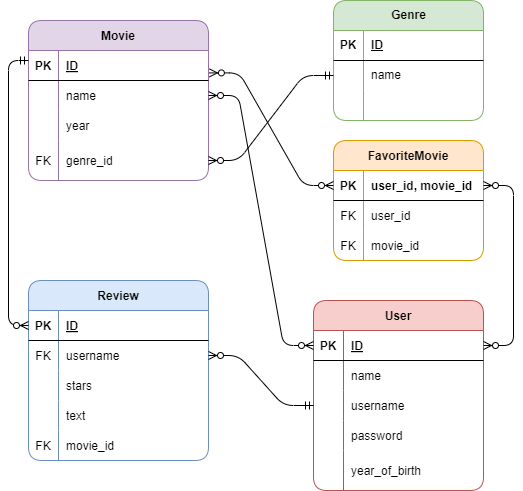
Before: database_design/Database_ER.drawio.png, a diagram exported from draw.io (hamalainenhanna/Movie_service). Source tidied: cells renumbered, new cells last; positions are measured from the earlier drawing's top-left corner, leaving out a move shared by most shapes.
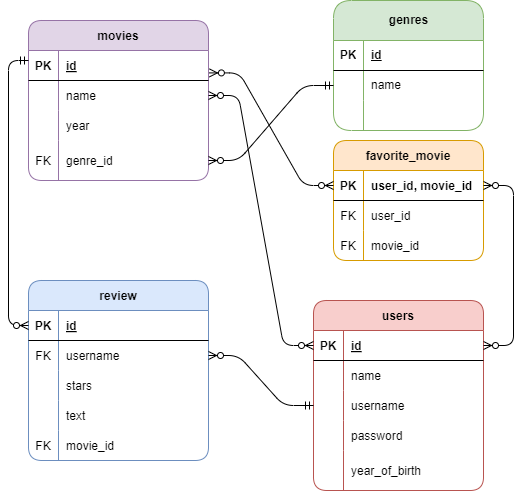
Above is the later version.

Commit message:
ERD muokattu kirjoitusasuja yhdenmukaisiksi

The edit, as a diff of the source:
```diff
@@ -2,7 +2,7 @@
   <root>
     <mxCell id="0" />
     <mxCell id="1" parent="0" />
-    <mxCell id="2" value="User" style="shape=table;startSize=30;rowLines=0;fontStyle=1;align=center;fillColor=#f8cecc;strokeColor=#b85450;rounded=1;" parent="1" vertex="1">
+    <mxCell id="2" value="users" style="shape=table;startSize=30;rowLines=0;fontStyle=1;align=center;fillColor=#f8cecc;strokeColor=#b85450;rounded=1;" parent="1" vertex="1">
       <mxGeometry x="305" y="305" width="170" height="190" as="geometry" />
     </mxCell>
     <mxCell id="3" style="shape=partialRectangle;fillColor=none;points=[[0,0.5],[1,0.5]];portConstraint=eastwest;top=0;left=0;right=0;bottom=1;rounded=1;" parent="2" vertex="1">
@@ -11,7 +11,7 @@
     <mxCell id="4" value="PK" style="shape=partialRectangle;overflow=hidden;fillColor=none;top=0;left=0;bottom=0;right=0;fontStyle=1;rounded=1;" parent="3" vertex="1">
       <mxGeometry width="30" height="30" as="geometry" />
     </mxCell>
-    <mxCell id="5" value="ID" style="shape=partialRectangle;overflow=hidden;fillColor=none;top=0;left=0;bottom=0;right=0;align=left;spacingLeft=6;fontStyle=5;rounded=1;" parent="3" vertex="1">
+    <mxCell id="5" value="id" style="shape=partialRectangle;overflow=hidden;fillColor=none;top=0;left=0;bottom=0;right=0;align=left;spacingLeft=6;fontStyle=5;rounded=1;" parent="3" vertex="1">
       <mxGeometry x="30" width="140" height="30" as="geometry" />
     </mxCell>
     <mxCell id="6" style="shape=partialRectangle;fillColor=none;top=0;left=0;right=0;bottom=0;rounded=1;" parent="2" vertex="1">
@@ -50,7 +50,7 @@
     <mxCell id="17" value="year_of_birth" style="shape=partialRectangle;overflow=hidden;fillColor=none;top=0;left=0;bottom=0;right=0;align=left;spacingLeft=6;rounded=1;" parent="15" vertex="1">
       <mxGeometry x="30" width="140" height="40" as="geometry" />
     </mxCell>
-    <mxCell id="18" value="Movie" style="shape=table;startSize=30;rowLines=0;fontStyle=1;align=center;fillColor=#e1d5e7;strokeColor=#9673a6;rounded=1;" parent="1" vertex="1">
+    <mxCell id="18" value="movies" style="shape=table;startSize=30;rowLines=0;fontStyle=1;align=center;fillColor=#e1d5e7;strokeColor=#9673a6;rounded=1;" parent="1" vertex="1">
       <mxGeometry x="20" y="25" width="180" height="160" as="geometry" />
     </mxCell>
     <mxCell id="19" style="shape=partialRectangle;fillColor=none;points=[[0,0.5],[1,0.5]];portConstraint=eastwest;top=0;left=0;right=0;bottom=1;rounded=1;" parent="18" vertex="1">
@@ -59,7 +59,7 @@
     <mxCell id="20" value="PK" style="shape=partialRectangle;overflow=hidden;fillColor=none;top=0;left=0;bottom=0;right=0;fontStyle=1;rounded=1;" parent="19" vertex="1">
       <mxGeometry width="30" height="30" as="geometry" />
     </mxCell>
-    <mxCell id="21" value="ID" style="shape=partialRectangle;overflow=hidden;fillColor=none;top=0;left=0;bottom=0;right=0;align=left;spacingLeft=6;fontStyle=5;rounded=1;" parent="19" vertex="1">
+    <mxCell id="21" value="id" style="shape=partialRectangle;overflow=hidden;fillColor=none;top=0;left=0;bottom=0;right=0;align=left;spacingLeft=6;fontStyle=5;rounded=1;" parent="19" vertex="1">
       <mxGeometry x="30" width="150" height="30" as="geometry" />
     </mxCell>
     <mxCell id="22" style="shape=partialRectangle;fillColor=none;points=[[0,0.5],[1,0.5]];portConstraint=eastwest;top=0;left=0;right=0;bottom=0;rounded=1;" parent="18" vertex="1">
@@ -89,7 +89,7 @@
     <mxCell id="30" value="genre_id" style="shape=partialRectangle;overflow=hidden;fillColor=none;top=0;left=0;bottom=0;right=0;align=left;spacingLeft=6;rounded=1;" parent="28" vertex="1">
       <mxGeometry x="30" width="150" height="40" as="geometry" />
     </mxCell>
-    <mxCell id="31" value="Review" style="shape=table;startSize=30;rowLines=0;fontStyle=1;align=center;fillColor=#dae8fc;strokeColor=#6c8ebf;rounded=1;" parent="1" vertex="1">
+    <mxCell id="31" value="review" style="shape=table;startSize=30;rowLines=0;fontStyle=1;align=center;fillColor=#dae8fc;strokeColor=#6c8ebf;rounded=1;" parent="1" vertex="1">
       <mxGeometry x="20" y="285" width="180" height="180" as="geometry" />
     </mxCell>
     <mxCell id="32" style="shape=partialRectangle;fillColor=none;points=[[0,0.5],[1,0.5]];portConstraint=eastwest;top=0;left=0;right=0;bottom=1;rounded=1;" parent="31" vertex="1">
@@ -98,7 +98,7 @@
     <mxCell id="33" value="PK" style="shape=partialRectangle;overflow=hidden;fillColor=none;top=0;left=0;bottom=0;right=0;fontStyle=1;rounded=1;" parent="32" vertex="1">
       <mxGeometry width="30" height="30" as="geometry" />
     </mxCell>
-    <mxCell id="34" value="ID" style="shape=partialRectangle;overflow=hidden;fillColor=none;top=0;left=0;bottom=0;right=0;align=left;spacingLeft=6;fontStyle=5;rounded=1;" parent="32" vertex="1">
+    <mxCell id="34" value="id" style="shape=partialRectangle;overflow=hidden;fillColor=none;top=0;left=0;bottom=0;right=0;align=left;spacingLeft=6;fontStyle=5;rounded=1;" parent="32" vertex="1">
       <mxGeometry x="30" width="150" height="30" as="geometry" />
     </mxCell>
     <mxCell id="35" style="shape=partialRectangle;fillColor=none;points=[[0,0.5],[1,0.5]];portConstraint=eastwest;top=0;left=0;right=0;bottom=0;rounded=1;" parent="31" vertex="1">
@@ -137,7 +137,7 @@
     <mxCell id="46" value="movie_id" style="shape=partialRectangle;overflow=hidden;fillColor=none;top=0;left=0;bottom=0;right=0;align=left;spacingLeft=6;rounded=1;" parent="44" vertex="1">
       <mxGeometry x="30" width="150" height="30" as="geometry" />
     </mxCell>
-    <mxCell id="47" value="FavoriteMovie" style="shape=table;startSize=30;rowLines=0;fontStyle=1;align=center;fillColor=#ffe6cc;strokeColor=#d79b00;rounded=1;" parent="1" vertex="1">
+    <mxCell id="47" value="favorite_movie" style="shape=table;startSize=30;rowLines=0;fontStyle=1;align=center;fillColor=#ffe6cc;strokeColor=#d79b00;rounded=1;" parent="1" vertex="1">
       <mxGeometry x="325" y="145" width="150" height="120" as="geometry" />
     </mxCell>
     <mxCell id="48" style="shape=partialRectangle;fillColor=none;points=[[0,0.5],[1,0.5]];portConstraint=eastwest;top=0;left=0;right=0;bottom=1;strokeColor=default;rounded=1;" parent="47" vertex="1">
@@ -167,20 +167,20 @@
     <mxCell id="56" value="movie_id" style="shape=partialRectangle;overflow=hidden;fillColor=none;top=0;left=0;bottom=0;right=0;align=left;spacingLeft=6;rounded=1;" parent="54" vertex="1">
       <mxGeometry x="30" width="120" height="30" as="geometry" />
     </mxCell>
-    <mxCell id="57" value="Genre" style="shape=table;startSize=30;rowLines=0;fontStyle=1;align=center;html=1;fillColor=#d5e8d4;strokeColor=#82b366;rounded=1;" parent="1" vertex="1">
-      <mxGeometry x="325" y="5" width="150" height="120" as="geometry" />
+    <mxCell id="57" value="genres" style="shape=table;startSize=40;rowLines=0;fontStyle=1;align=center;html=1;fillColor=#d5e8d4;strokeColor=#82b366;rounded=1;" parent="1" vertex="1">
+      <mxGeometry x="325" y="5" width="150" height="130" as="geometry" />
     </mxCell>
     <mxCell id="58" style="shape=tableRow;horizontal=0;startSize=0;swimlaneHead=0;swimlaneBody=0;fillColor=none;top=0;left=0;right=0;bottom=1;rounded=1;" parent="57" vertex="1">
-      <mxGeometry y="30" width="150" height="30" as="geometry" />
+      <mxGeometry y="40" width="150" height="30" as="geometry" />
     </mxCell>
     <mxCell id="59" value="PK" style="shape=partialRectangle;fillColor=none;top=0;left=0;bottom=0;right=0;fontStyle=1;overflow=hidden;whiteSpace=wrap;html=1;rounded=1;" parent="58" vertex="1">
       <mxGeometry width="30" height="30" as="geometry" />
     </mxCell>
-    <mxCell id="60" value="ID" style="shape=partialRectangle;fillColor=none;top=0;left=0;bottom=0;right=0;align=left;spacingLeft=6;fontStyle=5;overflow=hidden;whiteSpace=wrap;html=1;rounded=1;" parent="58" vertex="1">
+    <mxCell id="60" value="id" style="shape=partialRectangle;fillColor=none;top=0;left=0;bottom=0;right=0;align=left;spacingLeft=6;fontStyle=5;overflow=hidden;whiteSpace=wrap;html=1;rounded=1;" parent="58" vertex="1">
       <mxGeometry x="30" width="120" height="30" as="geometry" />
     </mxCell>
     <mxCell id="61" style="shape=tableRow;horizontal=0;startSize=0;swimlaneHead=0;swimlaneBody=0;fillColor=none;points=[[0,0.5],[1,0.5]];portConstraint=eastwest;top=0;left=0;right=0;bottom=0;rounded=1;" parent="57" vertex="1">
-      <mxGeometry y="60" width="150" height="30" as="geometry" />
+      <mxGeometry y="70" width="150" height="30" as="geometry" />
     </mxCell>
     <mxCell id="62" style="shape=partialRectangle;fillColor=none;top=0;left=0;bottom=0;right=0;overflow=hidden;whiteSpace=wrap;html=1;rounded=1;" parent="61" vertex="1">
       <mxGeometry width="30" height="30" as="geometry" />
@@ -189,7 +189,7 @@
       <mxGeometry x="30" width="120" height="30" as="geometry" />
     </mxCell>
     <mxCell id="64" style="shape=tableRow;horizontal=0;startSize=0;swimlaneHead=0;swimlaneBody=0;fillColor=none;top=0;left=0;right=0;bottom=0;rounded=1;" parent="57" vertex="1">
-      <mxGeometry y="90" width="150" height="30" as="geometry" />
+      <mxGeometry y="100" width="150" height="30" as="geometry" />
     </mxCell>
     <mxCell id="65" style="shape=partialRectangle;fillColor=none;top=0;left=0;bottom=0;right=0;overflow=hidden;whiteSpace=wrap;html=1;rounded=1;" parent="64" vertex="1">
       <mxGeometry width="30" height="30" as="geometry" />
```
